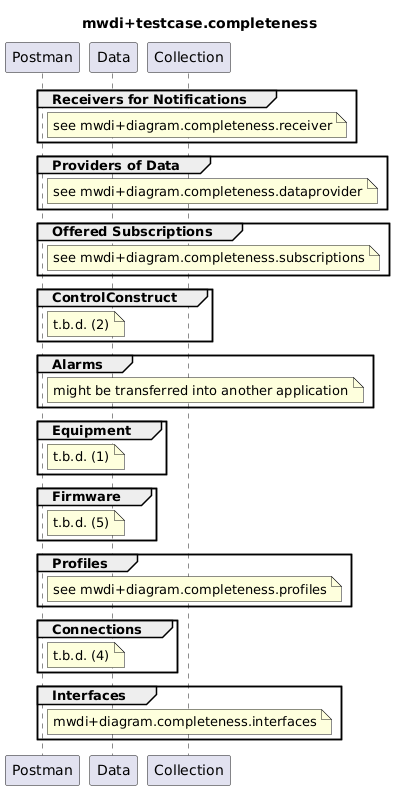
Above: testing/2_functional/completeness/mwdi+diagram.completeness.png in openBackhaul/MicroWaveDeviceInventory (PlantUML), before the change. The source it was exported from:
```plantuml
@startuml
skinparam responseMessageBelowArrow true

title
mwdi+testcase.completeness
end title

participant "Postman" as Postman
participant "Data" as Data
participant "Collection" as Collection

group Receivers for Notifications
  note right Postman
    see mwdi+diagram.completeness.receiver
  end note
end

group Providers of Data
  note right Postman
    see mwdi+diagram.completeness.dataprovider
  end note
end

group Offered Subscriptions
  note right Postman
    see mwdi+diagram.completeness.subscriptions
  end note
end

group ControlConstruct
  note right Postman
    t.b.d. (2)
  end note
end

group Alarms
  note right Postman
    might be transferred into another application
  end note
end

group Equipment
  note right Postman
    t.b.d. (1)
  end note
end

group Firmware
  note right Postman
    t.b.d. (5)
  end note
end

group Profiles
  note right Postman
    see mwdi+diagram.completeness.profiles
  end note
end

group Connections
  note right Postman
    t.b.d. (4)
  end note
end

group Interfaces
  note right Postman
    mwdi+diagram.completeness.interfaces
  end note
end

deactivate Postman
@enduml
```
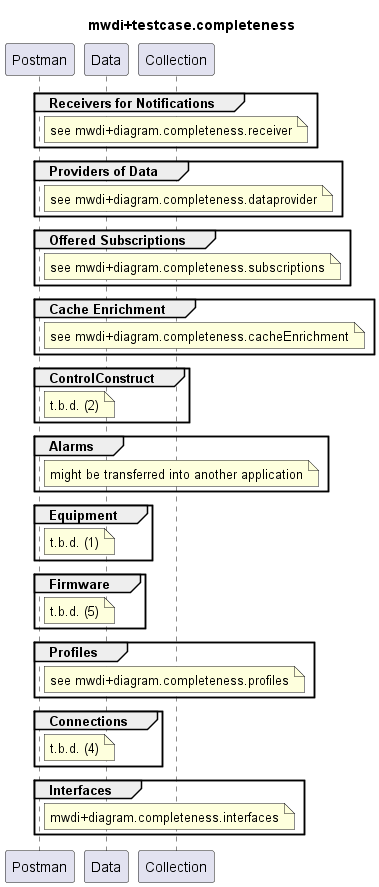
The same file after the commit.

Commit message:
Create/update testcase collection(s) for testing enrichment ressource paths for link and linkport Fixes #1139

Diff of the diagram source:
```diff
@@ -1,4 +1,4 @@
-@startuml
+@startuml mwdi+diagram.completeness
 skinparam responseMessageBelowArrow true
 
 title
@@ -24,6 +24,12 @@
 group Offered Subscriptions
   note right Postman
     see mwdi+diagram.completeness.subscriptions
+  end note
+end
+
+group Cache Enrichment
+  note right Postman
+    see mwdi+diagram.completeness.cacheEnrichment
   end note
 end
 
@@ -70,4 +76,5 @@
 end
 
 deactivate Postman
+
 @enduml
```
